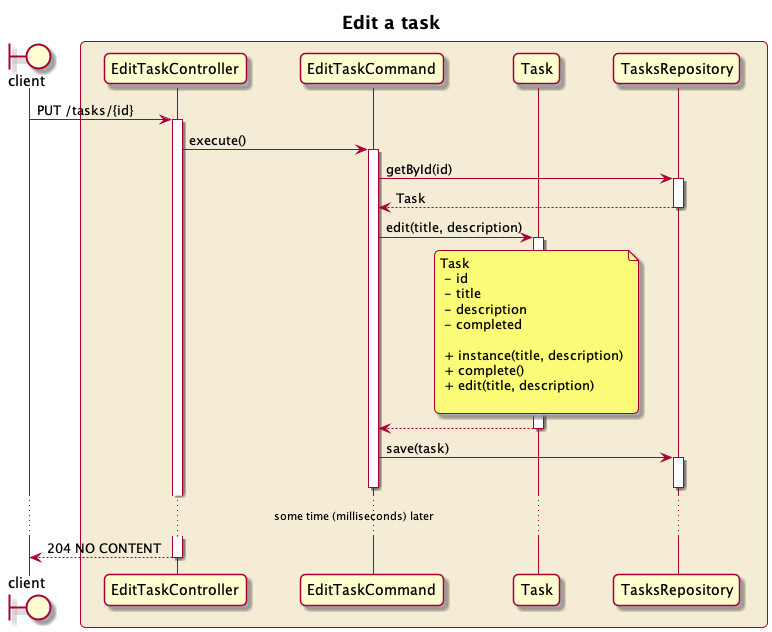
Before: resources/3-edit-task.png, a diagram exported from PlantUML (cbfacademy/fullstack-task-management-app).
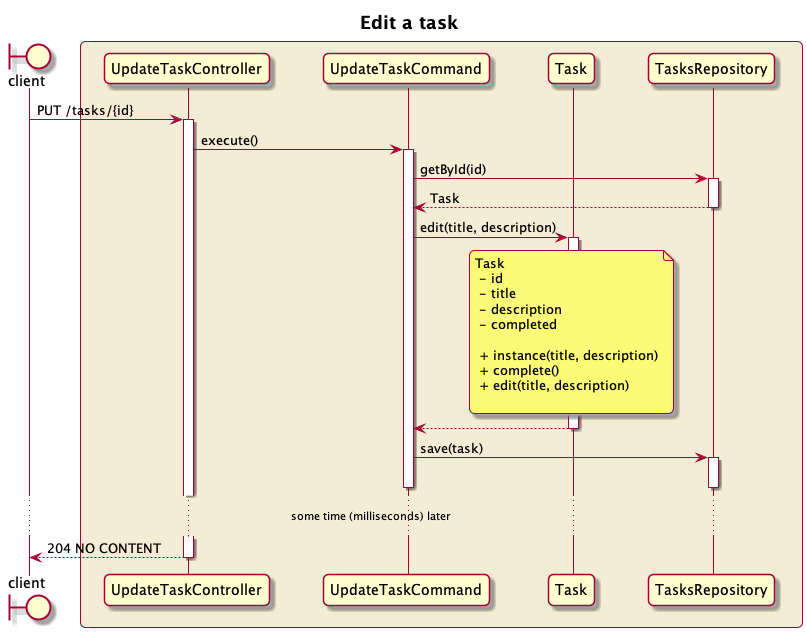
Above is the later version.

What changed in the source:
```diff
@@ -9,8 +9,8 @@
 boundary client
 
 box #F5ECD5
-participant EditTaskController as controller
-participant EditTaskCommand as command
+participant UpdateTaskController as controller
+participant UpdateTaskCommand as command
 participant Task as task
 participant TasksRepository as repository
 
```
